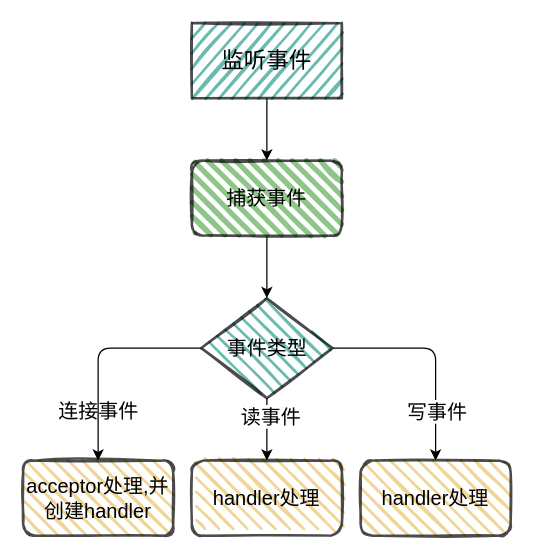
This is page "reactor-list" (2 of 29) of redis/redis.drawio from boilingfrog/Go-POINT, a draw.io file, before an edit. Source tidied: cells renumbered, new cells numbered last; positions are measured from the earlier drawing's top-left corner, leaving out a move shared by most shapes. Both pictures are drawn from the tidied source at 125%, with x=0, y=0 at pixel (22, 22).
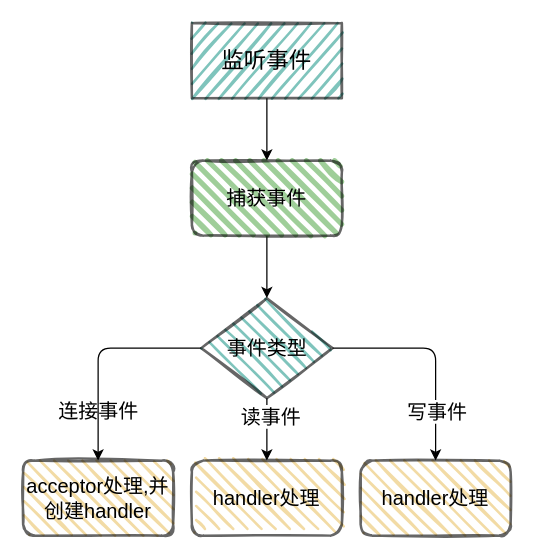
The same page after the edit.

Change to the diagram source:
```diff
@@
 <mxGraphModel>
   <root>
     <mxCell id="0" />
     <mxCell id="1" parent="0" />
-    <mxCell id="2" value="acceptor处理,并创建handler" style="rounded=1;whiteSpace=wrap;html=1;strokeWidth=2;fillWeight=2;hachureGap=8;hachureAngle=45;fillColor=#E9C46A;sketch=1;fontSize=16;fillStyle=dots;opacity=70;" parent="1" vertex="1">
+    <mxCell id="2" value="acceptor处理,并创建handler" style="rounded=1;whiteSpace=wrap;html=1;strokeWidth=2;fillWeight=2;hachureGap=8;hachureAngle=45;fillColor=#E9C46A;sketch=1;fontSize=16;fillStyle=dots;opacity=60;" parent="1" vertex="1">
       <mxGeometry y="350" width="120" height="60" as="geometry" />
     </mxCell>
     <mxCell id="3" style="edgeStyle=orthogonalEdgeStyle;html=1;fontSize=18;startArrow=none;startFill=0;" parent="1" edge="1" source="4" target="6">
       <mxGeometry relative="1" as="geometry" />
     </mxCell>
-    <mxCell id="4" value="&lt;span style=&quot;font-size: 18px&quot;&gt;监听事件&lt;/span&gt;" style="rounded=0;whiteSpace=wrap;html=1;fontFamily=Helvetica;fontSize=12;fontColor=default;strokeColor=default;fillColor=#2A9D8F;strokeWidth=2;fillWeight=2;hachureGap=8;fillStyle=dots;sketch=1;opacity=70;" parent="1" vertex="1">
+    <mxCell id="4" value="&lt;span style=&quot;font-size: 18px&quot;&gt;监听事件&lt;/span&gt;" style="rounded=0;whiteSpace=wrap;html=1;fontFamily=Helvetica;fontSize=12;fontColor=default;strokeColor=default;fillColor=#2A9D8F;strokeWidth=2;fillWeight=2;hachureGap=8;fillStyle=dots;sketch=1;opacity=60;" parent="1" vertex="1">
       <mxGeometry x="135" width="120" height="60" as="geometry" />
     </mxCell>
     <mxCell id="5" style="edgeStyle=orthogonalEdgeStyle;html=1;entryX=0.5;entryY=0;entryDx=0;entryDy=0;fontSize=16;startArrow=none;startFill=0;" parent="1" edge="1" source="6" target="12">
       <mxGeometry relative="1" as="geometry" />
     </mxCell>
-    <mxCell id="6" value="捕获事件" style="whiteSpace=wrap;html=1;fontSize=16;fillColor=#5FAD56;rounded=1;strokeWidth=2;fillWeight=4;hachureGap=8;hachureAngle=45;sketch=1;opacity=70;" parent="1" vertex="1">
+    <mxCell id="6" value="捕获事件" style="whiteSpace=wrap;html=1;fontSize=16;fillColor=#5FAD56;rounded=1;strokeWidth=2;fillWeight=4;hachureGap=8;hachureAngle=45;sketch=1;opacity=60;" parent="1" vertex="1">
       <mxGeometry x="135" y="110" width="120" height="60" as="geometry" />
     </mxCell>
     <mxCell id="7" style="edgeStyle=orthogonalEdgeStyle;html=1;entryX=0.5;entryY=0;entryDx=0;entryDy=0;fontSize=16;startArrow=none;startFill=0;" parent="1" edge="1" source="12" target="2">
       <mxGeometry relative="1" as="geometry" />
     </mxCell>
     <mxCell id="8" style="edgeStyle=orthogonalEdgeStyle;html=1;fontSize=16;startArrow=none;startFill=0;" parent="1" edge="1" source="12" target="14">
       <mxGeometry relative="1" as="geometry" />
     </mxCell>
     <mxCell id="9" value="写事件" style="edgeLabel;html=1;align=center;verticalAlign=middle;fontSize=16;" parent="8" vertex="1">
       <mxGeometry x="0.48" relative="1" as="geometry">
         <mxPoint y="5" as="offset" />
       </mxGeometry>
     </mxCell>
     <mxCell id="10" style="edgeStyle=orthogonalEdgeStyle;html=1;fontSize=16;startArrow=none;startFill=0;" parent="1" edge="1" source="12" target="13">
       <mxGeometry relative="1" as="geometry" />
     </mxCell>
     <mxCell id="11" value="读事件" style="edgeLabel;html=1;align=center;verticalAlign=middle;fontSize=16;" parent="10" vertex="1">
       <mxGeometry x="-0.46" y="2" relative="1" as="geometry" />
     </mxCell>
-    <mxCell id="12" value="&lt;font style=&quot;font-size: 16px&quot;&gt;事件类型&lt;/font&gt;" style="rhombus;whiteSpace=wrap;html=1;fontSize=12;fillColor=#2A9D8F;rounded=0;strokeWidth=2;fillWeight=2;hachureGap=8;fillStyle=dots;sketch=1;hachureAngle=45;opacity=70;" parent="1" vertex="1">
+    <mxCell id="12" value="&lt;font style=&quot;font-size: 16px&quot;&gt;事件类型&lt;/font&gt;" style="rhombus;whiteSpace=wrap;html=1;fontSize=12;fillColor=#2A9D8F;rounded=0;strokeWidth=2;fillWeight=2;hachureGap=8;fillStyle=dots;sketch=1;hachureAngle=45;opacity=60;" parent="1" vertex="1">
       <mxGeometry x="142.5" y="220" width="105" height="80" as="geometry" />
     </mxCell>
-    <mxCell id="13" value="handler处理" style="rounded=1;whiteSpace=wrap;html=1;strokeWidth=2;fillWeight=2;hachureGap=8;hachureAngle=45;fillColor=#E9C46A;sketch=1;fontSize=16;fillStyle=dots;opacity=70;" parent="1" vertex="1">
+    <mxCell id="13" value="handler处理" style="rounded=1;whiteSpace=wrap;html=1;strokeWidth=2;fillWeight=2;hachureGap=8;hachureAngle=45;fillColor=#E9C46A;sketch=1;fontSize=16;fillStyle=dots;opacity=60;" parent="1" vertex="1">
       <mxGeometry x="135" y="350" width="120" height="60" as="geometry" />
     </mxCell>
-    <mxCell id="14" value="handler处理" style="rounded=1;whiteSpace=wrap;html=1;strokeWidth=2;fillWeight=2;hachureGap=8;hachureAngle=45;fillColor=#E9C46A;sketch=1;fontSize=16;fillStyle=dots;opacity=70;" parent="1" vertex="1">
+    <mxCell id="14" value="handler处理" style="rounded=1;whiteSpace=wrap;html=1;strokeWidth=2;fillWeight=2;hachureGap=8;hachureAngle=45;fillColor=#E9C46A;sketch=1;fontSize=16;fillStyle=dots;opacity=60;" parent="1" vertex="1">
       <mxGeometry x="270" y="350" width="120" height="60" as="geometry" />
     </mxCell>
     <mxCell id="15" value="连接事件" style="text;html=1;align=center;verticalAlign=middle;strokeColor=none;fillColor=none;fontSize=16;" parent="1" vertex="1">
       <mxGeometry x="20" y="300" width="80" height="20" as="geometry" />
     </mxCell>
   </root>
 </mxGraphModel>
```
